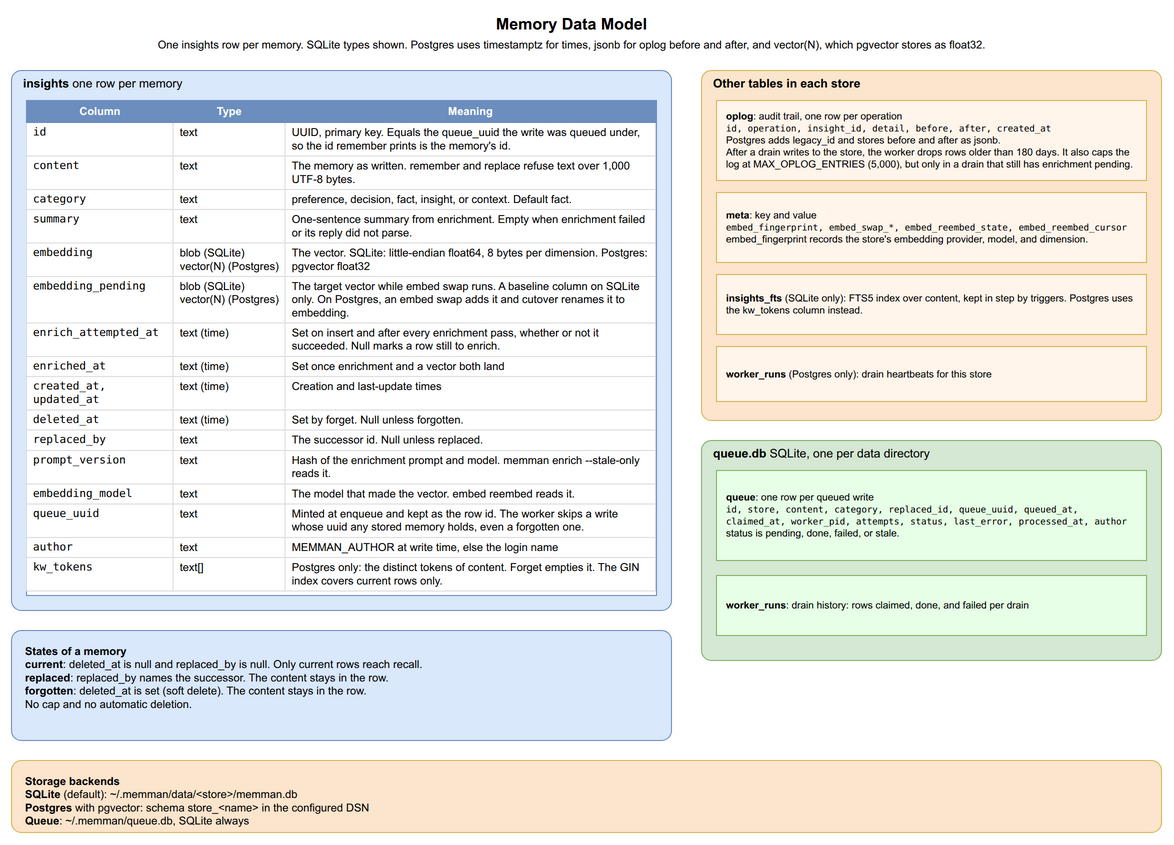
bissli/memman keeps this draw.io diagram as docs/diagrams/03-insight-datamodel.drawio.png. Above is the earlier version. Source tidied: cells renumbered, new cells last; positions are measured from the earlier drawing's top-left corner, leaving out a move shared by most shapes.
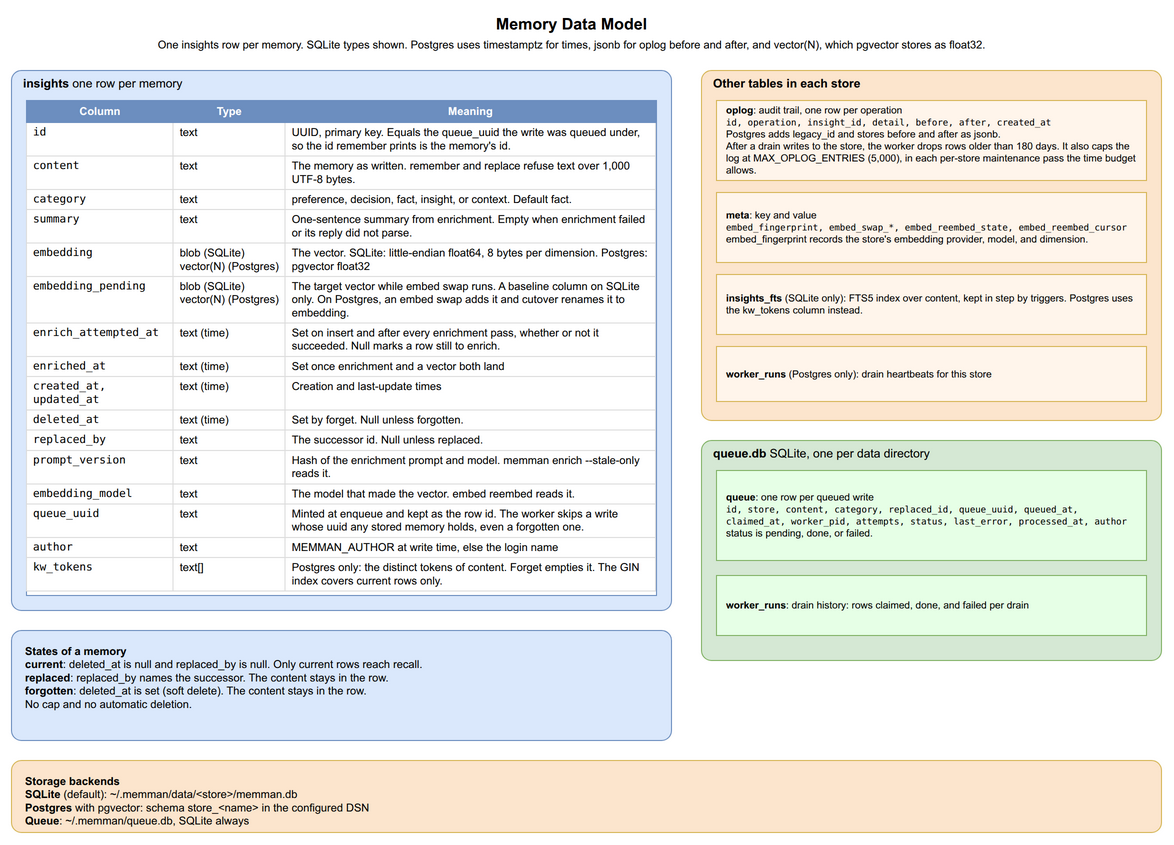
The same file after the commit.

Commit message:
Document write-path retries, oplog cap, and queue statuses

The edit, as a diff of the source:
```diff
@@ -17,7 +17,7 @@
     <mxCell id="6" value="&lt;b&gt;Other tables in each store&lt;/b&gt;" style="rounded=1;whiteSpace=wrap;html=1;fillColor=#fce5cd;strokeColor=#d6b656;verticalAlign=top;absoluteArcSize=1;arcSize=20;align=left;spacingLeft=10;fontSize=12;" parent="1" vertex="1">
       <mxGeometry x="690" y="60" width="460" height="350" as="geometry" />
     </mxCell>
-    <mxCell id="7" value="&lt;b&gt;oplog&lt;/b&gt;: audit trail, one row per operation&lt;br&gt;&lt;font style=&quot;font-family:monospace;font-size:9px&quot;&gt;id, operation, insight_id, detail, before, after, created_at&lt;/font&gt;&lt;br&gt;Postgres adds legacy_id and stores before and after as jsonb.&lt;br&gt;After a drain writes to the store, the worker drops rows older than 180 days. It also caps the log at MAX_OPLOG_ENTRIES (5,000), but only in a drain that still has enrichment pending." style="rounded=0;whiteSpace=wrap;html=1;fillColor=#FFF5EB;strokeColor=#d6b656;fontSize=10;align=left;spacingLeft=8;spacingRight=8;" parent="1" vertex="1">
+    <mxCell id="7" value="&lt;b&gt;oplog&lt;/b&gt;: audit trail, one row per operation&lt;br&gt;&lt;font style=&quot;font-family:monospace;font-size:9px&quot;&gt;id, operation, insight_id, detail, before, after, created_at&lt;/font&gt;&lt;br&gt;Postgres adds legacy_id and stores before and after as jsonb.&lt;br&gt;After a drain writes to the store, the worker drops rows older than 180 days. It also caps the log at MAX_OPLOG_ENTRIES (5,000), in each per-store maintenance pass the time budget allows." style="rounded=0;whiteSpace=wrap;html=1;fillColor=#FFF5EB;strokeColor=#d6b656;fontSize=10;align=left;spacingLeft=8;spacingRight=8;" parent="1" vertex="1">
       <mxGeometry x="705" y="90" width="430" height="80" as="geometry" />
     </mxCell>
     <mxCell id="8" value="&lt;b&gt;meta&lt;/b&gt;: key and value&lt;br&gt;&lt;font style=&quot;font-family:monospace;font-size:9px&quot;&gt;embed_fingerprint, embed_swap_*, embed_reembed_state, embed_reembed_cursor&lt;/font&gt;&lt;br&gt;embed_fingerprint records the store's embedding provider, model, and dimension." style="rounded=0;whiteSpace=wrap;html=1;fillColor=#FFF5EB;strokeColor=#d6b656;fontSize=10;align=left;spacingLeft=8;spacingRight=8;" parent="1" vertex="1">
@@ -32,7 +32,7 @@
     <mxCell id="11" value="&lt;b&gt;queue.db&lt;/b&gt;  SQLite, one per data directory" style="rounded=1;whiteSpace=wrap;html=1;fillColor=#d5e8d4;strokeColor=#82b366;verticalAlign=top;absoluteArcSize=1;arcSize=20;align=left;spacingLeft=10;fontSize=12;" parent="1" vertex="1">
       <mxGeometry x="690" y="430" width="460" height="220" as="geometry" />
     </mxCell>
-    <mxCell id="12" value="&lt;b&gt;queue&lt;/b&gt;: one row per queued write&lt;br&gt;&lt;font style=&quot;font-family:monospace;font-size:9px&quot;&gt;id, store, content, category, replaced_id, queue_uuid, queued_at, claimed_at, worker_pid, attempts, status, last_error, processed_at, author&lt;/font&gt;&lt;br&gt;status is pending, done, failed, or stale." style="rounded=0;whiteSpace=wrap;html=1;fillColor=#E6FFE6;strokeColor=#82b366;fontSize=10;align=left;spacingLeft=8;spacingRight=8;" parent="1" vertex="1">
+    <mxCell id="12" value="&lt;b&gt;queue&lt;/b&gt;: one row per queued write&lt;br&gt;&lt;font style=&quot;font-family:monospace;font-size:9px&quot;&gt;id, store, content, category, replaced_id, queue_uuid, queued_at, claimed_at, worker_pid, attempts, status, last_error, processed_at, author&lt;/font&gt;&lt;br&gt;status is pending, done, or failed." style="rounded=0;whiteSpace=wrap;html=1;fillColor=#E6FFE6;strokeColor=#82b366;fontSize=10;align=left;spacingLeft=8;spacingRight=8;" parent="1" vertex="1">
       <mxGeometry x="705" y="460" width="430" height="90" as="geometry" />
     </mxCell>
     <mxCell id="13" value="&lt;b&gt;worker_runs&lt;/b&gt;: drain history: rows claimed, done, and failed per drain" style="rounded=0;whiteSpace=wrap;html=1;fillColor=#E6FFE6;strokeColor=#82b366;fontSize=10;align=left;spacingLeft=8;spacingRight=8;" parent="1" vertex="1">
```
